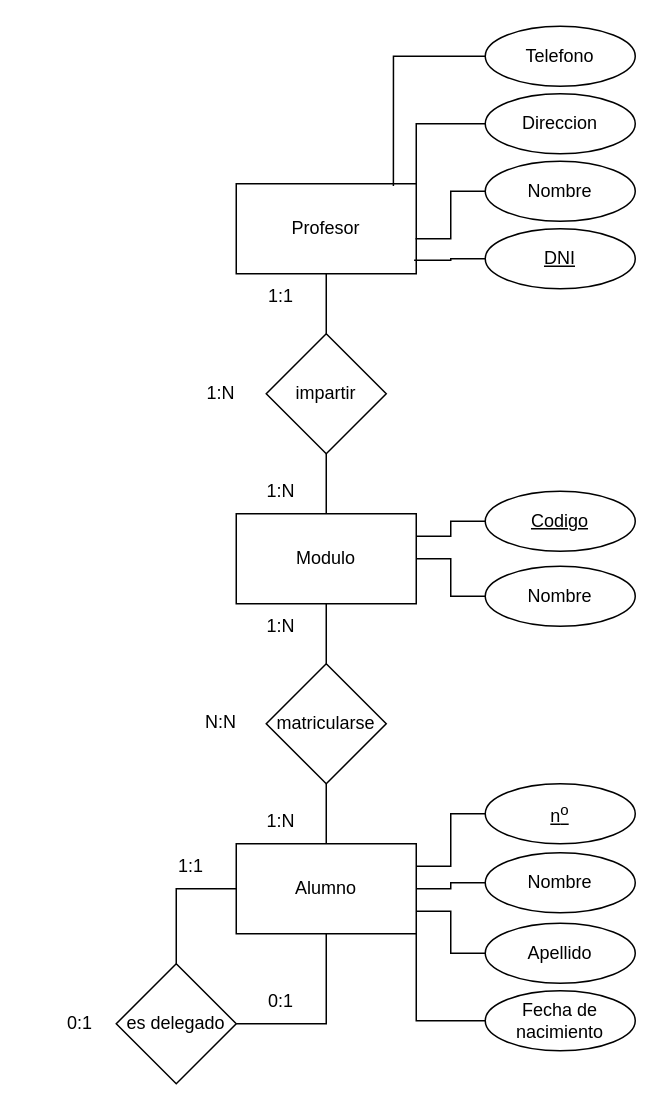
OxideVanadium/base_de_datos keeps this draw.io diagram as Unidad_1/Tareas/Tarea_5/Profesorado.drawio. Above is the earlier version. Source tidied: cells renumbered, new cells numbered last; positions are measured from the earlier drawing's top-left corner, leaving out a move shared by most shapes. Both pictures are drawn from the tidied source at 150%, with x=0, y=0 at pixel (34, 26).
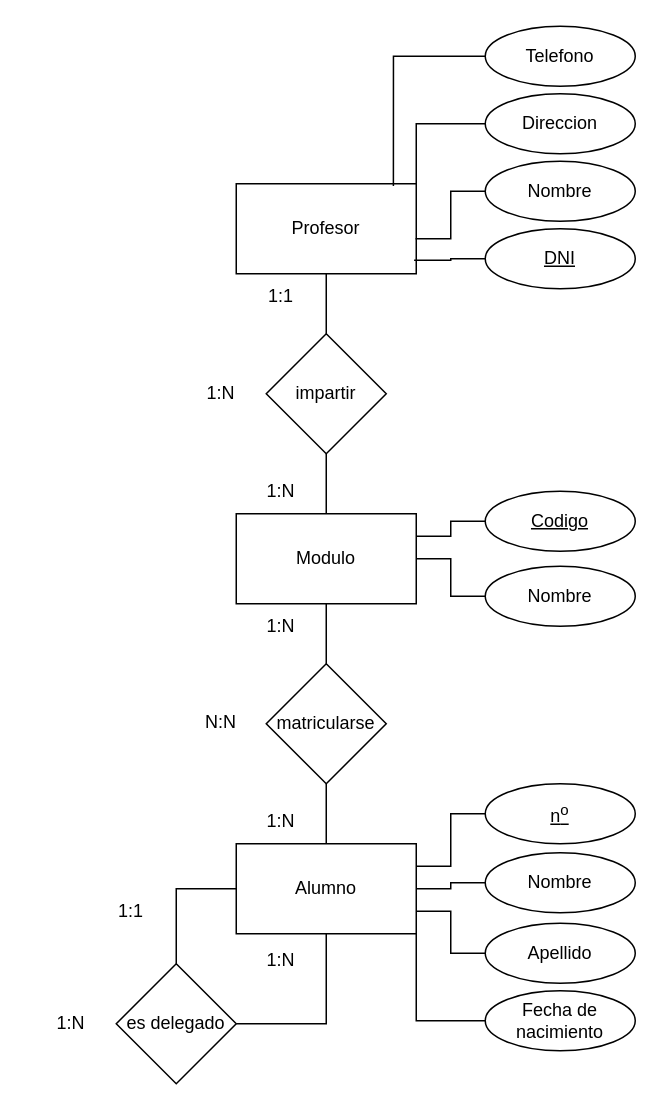
The same page after the edit.

What changed in the source:
```diff
@@
     <mxCell id="40" value="1:1" style="text;html=1;strokeColor=none;fillColor=none;align=center;verticalAlign=middle;whiteSpace=wrap;rounded=0;" parent="1" vertex="1">
-      <mxGeometry x="74" y="545" width="60" height="30" as="geometry" />
+      <mxGeometry x="34" y="575" width="60" height="30" as="geometry" />
     </mxCell>
-    <mxCell id="41" value="0:1" style="text;html=1;strokeColor=none;fillColor=none;align=center;verticalAlign=middle;whiteSpace=wrap;rounded=0;" parent="1" vertex="1">
-      <mxGeometry x="134" y="635" width="60" height="30" as="geometry" />
-    </mxCell>
-    <mxCell id="42" value="0:1" style="text;html=1;strokeColor=none;fillColor=none;align=center;verticalAlign=middle;whiteSpace=wrap;rounded=0;" parent="1" vertex="1">
-      <mxGeometry y="650" width="60" height="30" as="geometry" />
-    </mxCell>
+    <mxCell id="43" value="1:N" style="text;html=1;strokeColor=none;fillColor=none;align=center;verticalAlign=middle;whiteSpace=wrap;rounded=0;" parent="1" vertex="1">
+      <mxGeometry x="134" y="608" width="60" height="30" as="geometry" />
+    </mxCell>
+    <mxCell id="44" value="1:N" style="text;html=1;strokeColor=none;fillColor=none;align=center;verticalAlign=middle;whiteSpace=wrap;rounded=0;" parent="1" vertex="1">
+      <mxGeometry x="-6" y="650" width="60" height="30" as="geometry" />
+    </mxCell>
```
